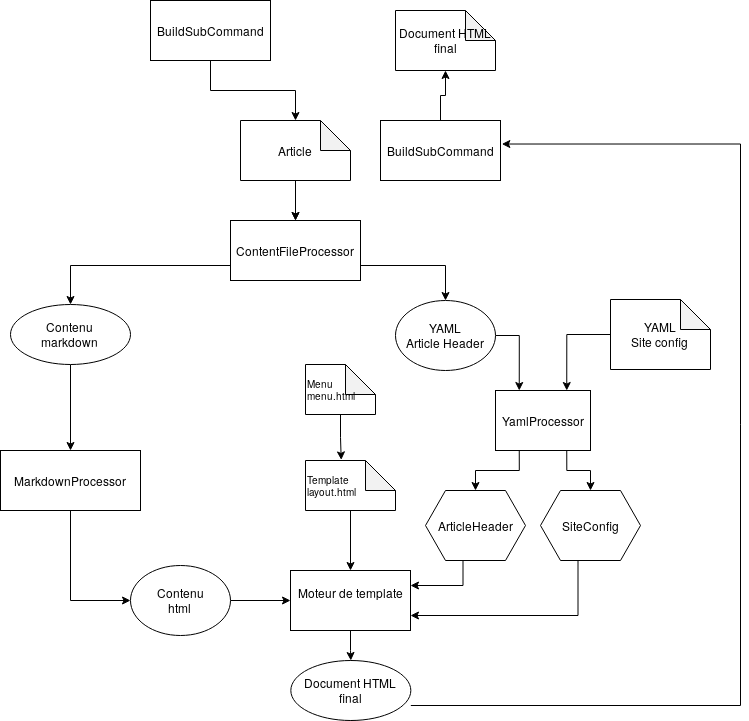
This is pics/Template_workflow.png from gen-classroom/projet-godi_issolah_jaccard_thullen, a draw.io export, as it was before one commit. Source tidied: cells renumbered, new cells last; positions are measured from the earlier drawing's top-left corner, leaving out a move shared by most shapes.
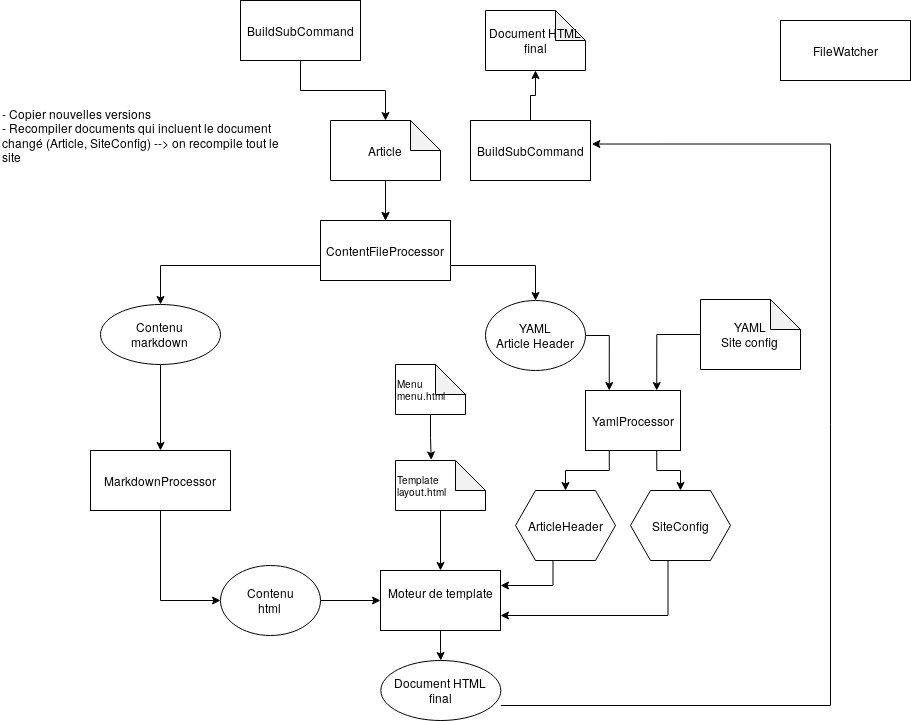
The same diagram one commit later.

Change to the diagram source:
```diff
@@ -116,5 +116,11 @@
     <mxCell id="37" value="&lt;div style=&quot;font-size: 10px;&quot;&gt;Menu&lt;/div&gt;&lt;div style=&quot;font-size: 10px;&quot;&gt;menu.html&lt;br style=&quot;font-size: 10px;&quot;&gt;&lt;/div&gt;" style="shape=note;whiteSpace=wrap;html=1;backgroundOutline=1;darkOpacity=0.05;fontFamily=Helvetica;fontSize=10;fontColor=#000000;align=left;strokeColor=#000000;fillColor=#ffffff;" parent="1" vertex="1">
       <mxGeometry x="305" y="364" width="70" height="50" as="geometry" />
     </mxCell>
+    <mxCell id="38" value="&lt;div align=&quot;left&quot;&gt;- Copier nouvelles versions&lt;/div&gt;&lt;div align=&quot;left&quot;&gt;- Recompiler documents qui incluent le document changé (Article, SiteConfig) --&amp;gt; on recompile tout le site&lt;br&gt;&lt;/div&gt;" style="text;html=1;strokeColor=none;fillColor=none;align=left;verticalAlign=middle;whiteSpace=wrap;rounded=0;" parent="1" vertex="1">
+      <mxGeometry x="-90" y="100" width="280" height="70" as="geometry" />
+    </mxCell>
+    <mxCell id="39" value="&lt;div&gt;FileWatcher&lt;/div&gt;" style="rounded=0;whiteSpace=wrap;html=1;" parent="1" vertex="1">
+      <mxGeometry x="690" y="20" width="130" height="60" as="geometry" />
+    </mxCell>
   </root>
 </mxGraphModel>
```
